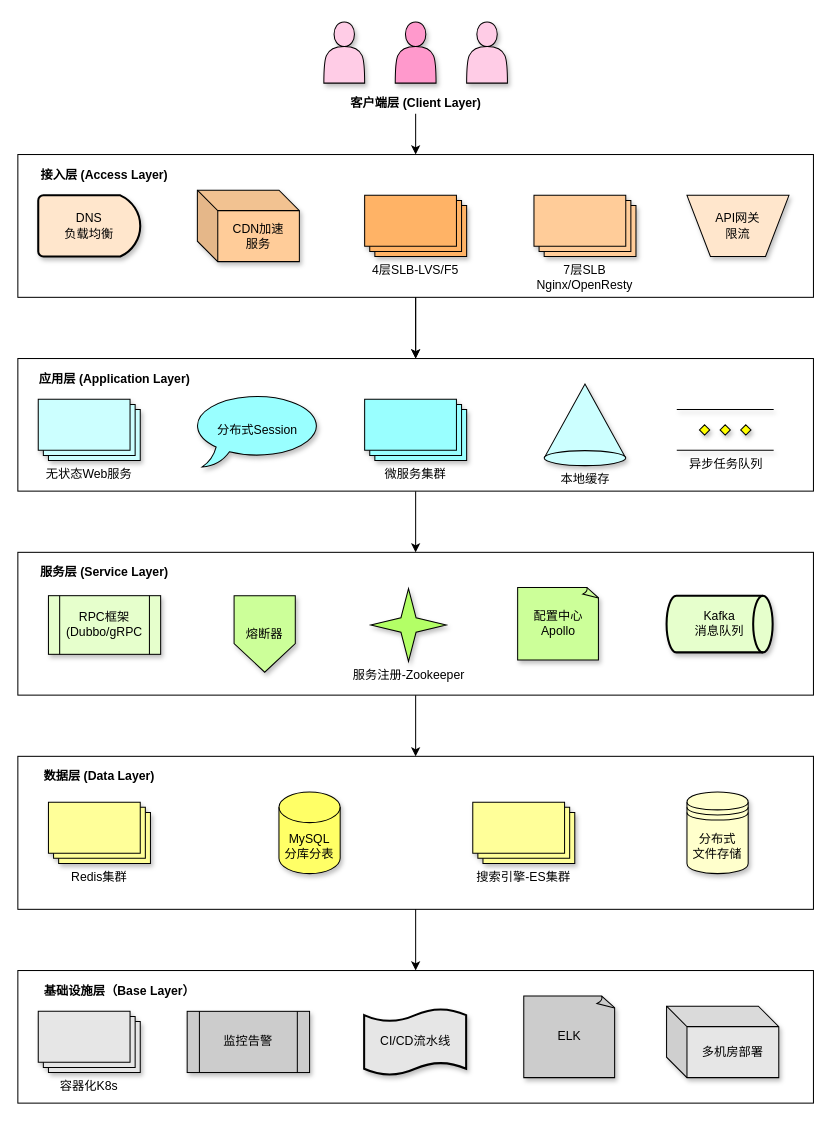
The draw.io diagram achitecture_diagram/百万QPS分布式架构分层设计.drawio in abigalexy/online_drawing, before the edit. Source tidied: cells renumbered, new cells numbered last; positions are measured from the earlier drawing's top-left corner, leaving out a move shared by most shapes. Both pictures are drawn from the tidied source at 102%, with x=0, y=0 at pixel (17, 21).
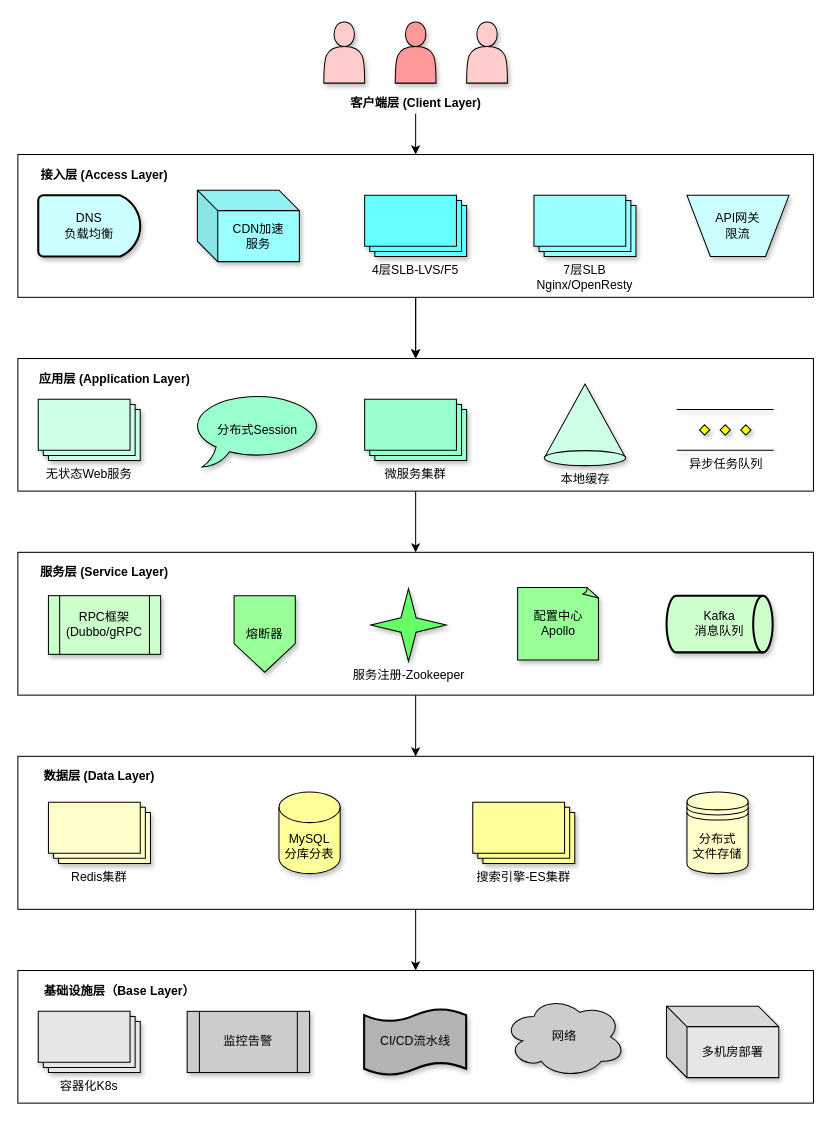
After the change.

Commit message:
更新百万QPS分布式架构分层设计.drawio

The change refers to these unchanged cells:
```xml
<mxCell id="2" style="group;" parent="1" vertex="1">
  <mxGeometry x="300" width="180" height="90" as="geometry" />
</mxCell>
<mxCell id="7" style="group;" parent="1" vertex="1">
  <mxGeometry y="520" width="780" height="140" as="geometry" />
</mxCell>
<mxCell id="15" style="group;" parent="1" vertex="1">
  <mxGeometry y="720" width="780" height="150" as="geometry" />
</mxCell>
<mxCell id="22" style="group;" parent="1" vertex="1">
  <mxGeometry y="930" width="780" height="130" as="geometry" />
</mxCell>
```

The edit, as a diff of the source:
```diff
@@
-    <mxCell id="4" style="shape=actor;whiteSpace=wrap;html=1;fillColor=#FFCCE6;shadow=1;" parent="2" vertex="1">
+    <mxCell id="4" style="shape=actor;whiteSpace=wrap;html=1;fillColor=#FFCCCC;shadow=1;" parent="2" vertex="1">
       <mxGeometry width="40" height="60" as="geometry" />
     </mxCell>
-    <mxCell id="5" style="shape=actor;whiteSpace=wrap;html=1;fillColor=#FF99CC;shadow=1;" parent="2" vertex="1">
+    <mxCell id="5" style="shape=actor;whiteSpace=wrap;html=1;fillColor=#FF9999;shadow=1;" parent="2" vertex="1">
       <mxGeometry x="70" width="40" height="60" as="geometry" />
     </mxCell>
-    <mxCell id="6" style="shape=actor;whiteSpace=wrap;html=1;fillColor=#FFCCE6;shadow=1;" parent="2" vertex="1">
+    <mxCell id="6" style="shape=actor;whiteSpace=wrap;html=1;fillColor=#FFCCCC;shadow=1;" parent="2" vertex="1">
       <mxGeometry x="140" width="40" height="60" as="geometry" />
     </mxCell>
@@
-    <mxCell id="10" value="RPC框架&lt;br&gt;(Dubbo/gRPC" style="shape=process;whiteSpace=wrap;html=1;backgroundOutline=1;fillColor=#E6FFCC;shadow=1;" parent="7" vertex="1">
+    <mxCell id="10" value="RPC框架&lt;br&gt;(Dubbo/gRPC" style="shape=process;whiteSpace=wrap;html=1;backgroundOutline=1;fillColor=#CCFFCC;shadow=1;" parent="7" vertex="1">
       <mxGeometry x="30" y="42.5" width="110" height="57.5" as="geometry" />
     </mxCell>
-    <mxCell id="11" value="熔断器" style="shape=offPageConnector;whiteSpace=wrap;html=1;fillColor=#CCFF99;shadow=1;" parent="7" vertex="1">
+    <mxCell id="11" value="熔断器" style="shape=offPageConnector;whiteSpace=wrap;html=1;fillColor=#99FF99;shadow=1;" parent="7" vertex="1">
       <mxGeometry x="212" y="42.5" width="60" height="75" as="geometry" />
     </mxCell>
-    <mxCell id="12" value="配置中心&lt;br&gt;Apollo" style="whiteSpace=wrap;html=1;shape=mxgraph.basic.document;fillColor=#CCFF99;shadow=1;" parent="7" vertex="1">
+    <mxCell id="12" value="配置中心&lt;br&gt;Apollo" style="whiteSpace=wrap;html=1;shape=mxgraph.basic.document;fillColor=#99FF99;shadow=1;" parent="7" vertex="1">
       <mxGeometry x="490" y="34.4" width="80" height="71.2" as="geometry" />
     </mxCell>
-    <mxCell id="13" value="服务注册-Zookeeper" style="verticalLabelPosition=bottom;verticalAlign=top;html=1;shape=mxgraph.basic.4_point_star_2;dx=0.8;fillColor=#B3FF66;shadow=1;" parent="7" vertex="1">
+    <mxCell id="13" value="服务注册-Zookeeper" style="verticalLabelPosition=bottom;verticalAlign=top;html=1;shape=mxgraph.basic.4_point_star_2;dx=0.8;fillColor=#66FF66;shadow=1;" parent="7" vertex="1">
       <mxGeometry x="346" y="35.6" width="74" height="71.3" as="geometry" />
     </mxCell>
-    <mxCell id="14" value="Kafka&lt;br&gt;消息队列" style="strokeWidth=2;html=1;shape=mxgraph.flowchart.direct_data;whiteSpace=wrap;fillColor=#E6FFCC;shadow=1;" parent="7" vertex="1">
+    <mxCell id="14" value="Kafka&lt;br&gt;消息队列" style="strokeWidth=2;html=1;shape=mxgraph.flowchart.direct_data;whiteSpace=wrap;fillColor=#CCFFCC;shadow=1;" parent="7" vertex="1">
       <mxGeometry x="636" y="42.5" width="104" height="55.6" as="geometry" />
     </mxCell>
@@
-    <mxCell id="18" value="Redis集群" style="verticalLabelPosition=bottom;verticalAlign=top;html=1;shape=mxgraph.basic.layered_rect;dx=10;whiteSpace=wrap;fillColor=#FFFF99;shadow=1;" parent="15" vertex="1">
+    <mxCell id="18" value="Redis集群" style="verticalLabelPosition=bottom;verticalAlign=top;html=1;shape=mxgraph.basic.layered_rect;dx=10;whiteSpace=wrap;fillColor=#FFFFCC;shadow=1;" parent="15" vertex="1">
       <mxGeometry x="30" y="45" width="100" height="60" as="geometry" />
     </mxCell>
-    <mxCell id="19" value="MySQL&lt;br&gt;分库分表" style="shape=cylinder3;whiteSpace=wrap;html=1;boundedLbl=1;backgroundOutline=1;size=15;fillColor=#FFFF66;shadow=1;" parent="15" vertex="1">
+    <mxCell id="19" value="MySQL&lt;br&gt;分库分表" style="shape=cylinder3;whiteSpace=wrap;html=1;boundedLbl=1;backgroundOutline=1;size=15;fillColor=#FFFF99;shadow=1;" parent="15" vertex="1">
       <mxGeometry x="256" y="35" width="60" height="80" as="geometry" />
     </mxCell>
@@
-    <mxCell id="27" value="ELK" style="whiteSpace=wrap;html=1;shape=mxgraph.basic.document;fillColor=#CCCCCC;shadow=1;" parent="22" vertex="1">
-      <mxGeometry x="496" y="25" width="90" height="80" as="geometry" />
-    </mxCell>
@@
-    <mxCell id="29" value="CI/CD流水线" style="shape=tape;whiteSpace=wrap;html=1;strokeWidth=2;size=0.19;fillColor=#E6E6E6;shadow=1;" parent="22" vertex="1">
+    <mxCell id="29" value="CI/CD流水线" style="shape=tape;whiteSpace=wrap;html=1;strokeWidth=2;size=0.19;fillColor=#B3B3B3;shadow=1;" parent="22" vertex="1">
       <mxGeometry x="339.5" y="37.5" width="100" height="65" as="geometry" />
     </mxCell>
+    <mxCell id="50" value="网络" style="ellipse;shape=cloud;whiteSpace=wrap;html=1;fillColor=#CCCCCC;shadow=1;" parent="22" vertex="1">
+      <mxGeometry x="476" y="25" width="120" height="80" as="geometry" />
+    </mxCell>
@@
-    <mxCell id="37" value="DNS&lt;br&gt;负载均衡" style="strokeWidth=2;html=1;shape=mxgraph.flowchart.delay;whiteSpace=wrap;fillColor=#FFE6CC;shadow=1;" parent="1" vertex="1">
+    <mxCell id="37" value="DNS&lt;br&gt;负载均衡" style="strokeWidth=2;html=1;shape=mxgraph.flowchart.delay;whiteSpace=wrap;fillColor=#CCFFFF;shadow=1;" parent="1" vertex="1">
       <mxGeometry x="20" y="170" width="100" height="60" as="geometry" />
     </mxCell>
-    <mxCell id="38" value="CDN加速&lt;br&gt;服务" style="shape=cube;whiteSpace=wrap;html=1;boundedLbl=1;backgroundOutline=1;darkOpacity=0.05;darkOpacity2=0.1;fillColor=#FFCC99;shadow=1;" parent="1" vertex="1">
+    <mxCell id="38" value="CDN加速&lt;br&gt;服务" style="shape=cube;whiteSpace=wrap;html=1;boundedLbl=1;backgroundOutline=1;darkOpacity=0.05;darkOpacity2=0.1;fillColor=#99FFFF;shadow=1;" parent="1" vertex="1">
       <mxGeometry x="176" y="165" width="100" height="70" as="geometry" />
     </mxCell>
@@
-    <mxCell id="40" value="4层SLB-LVS/F5" style="verticalLabelPosition=bottom;verticalAlign=top;html=1;shape=mxgraph.basic.layered_rect;dx=10;whiteSpace=wrap;fillColor=#FFB366;shadow=1;" parent="1" vertex="1">
+    <mxCell id="40" value="4层SLB-LVS/F5" style="verticalLabelPosition=bottom;verticalAlign=top;html=1;shape=mxgraph.basic.layered_rect;dx=10;whiteSpace=wrap;fillColor=#66FFFF;shadow=1;" parent="1" vertex="1">
       <mxGeometry x="340" y="170" width="100" height="60" as="geometry" />
     </mxCell>
-    <mxCell id="41" value="7层SLB Nginx/OpenResty" style="verticalLabelPosition=bottom;verticalAlign=top;html=1;shape=mxgraph.basic.layered_rect;dx=10;whiteSpace=wrap;shadow=1;fillColor=#FFCC99;" parent="1" vertex="1">
+    <mxCell id="41" value="7层SLB Nginx/OpenResty" style="verticalLabelPosition=bottom;verticalAlign=top;html=1;shape=mxgraph.basic.layered_rect;dx=10;whiteSpace=wrap;shadow=1;fillColor=#99FFFF;" parent="1" vertex="1">
       <mxGeometry x="506" y="170" width="100" height="60" as="geometry" />
     </mxCell>
@@
-    <mxCell id="44" value="无状态Web服务" style="verticalLabelPosition=bottom;verticalAlign=top;html=1;shape=mxgraph.basic.layered_rect;dx=10;whiteSpace=wrap;fillColor=#CCFFFF;shadow=1;" parent="1" vertex="1">
+    <mxCell id="44" value="无状态Web服务" style="verticalLabelPosition=bottom;verticalAlign=top;html=1;shape=mxgraph.basic.layered_rect;dx=10;whiteSpace=wrap;fillColor=#CCFFE6;shadow=1;" parent="1" vertex="1">
       <mxGeometry x="20" y="370" width="100" height="60" as="geometry" />
     </mxCell>
-    <mxCell id="45" value="微服务集群" style="verticalLabelPosition=bottom;verticalAlign=top;html=1;shape=mxgraph.basic.layered_rect;dx=10;whiteSpace=wrap;fillColor=#99FFFF;shadow=1;" parent="1" vertex="1">
+    <mxCell id="45" value="微服务集群" style="verticalLabelPosition=bottom;verticalAlign=top;html=1;shape=mxgraph.basic.layered_rect;dx=10;whiteSpace=wrap;fillColor=#99FFCC;shadow=1;" parent="1" vertex="1">
       <mxGeometry x="340" y="370" width="100" height="60" as="geometry" />
     </mxCell>
-    <mxCell id="46" value="异步任务队列" style="verticalLabelPosition=bottom;verticalAlign=top;html=1;shape=mxgraph.flowchart.parallel_mode;fillColor=#66FFFF;shadow=1;" parent="1" vertex="1">
+    <mxCell id="46" value="异步任务队列" style="verticalLabelPosition=bottom;verticalAlign=top;html=1;shape=mxgraph.flowchart.parallel_mode;fillColor=#CCFFE6;shadow=1;" parent="1" vertex="1">
       <mxGeometry x="646" y="380" width="95" height="40" as="geometry" />
     </mxCell>
-    <mxCell id="47" value="分布式Session" style="whiteSpace=wrap;html=1;shape=mxgraph.basic.oval_callout;fillColor=#99FFFF;shadow=1;" parent="1" vertex="1">
+    <mxCell id="47" value="分布式Session" style="whiteSpace=wrap;html=1;shape=mxgraph.basic.oval_callout;fillColor=#99FFCC;shadow=1;" parent="1" vertex="1">
       <mxGeometry x="170" y="363.8" width="130" height="72.5" as="geometry" />
     </mxCell>
-    <mxCell id="48" value="本地缓存" style="verticalLabelPosition=bottom;verticalAlign=top;html=1;shape=mxgraph.basic.cone;fillColor=#CCFFFF;shadow=1;" parent="1" vertex="1">
+    <mxCell id="48" value="本地缓存" style="verticalLabelPosition=bottom;verticalAlign=top;html=1;shape=mxgraph.basic.cone;fillColor=#CCFFE6;shadow=1;" parent="1" vertex="1">
       <mxGeometry x="516" y="355" width="80" height="80" as="geometry" />
     </mxCell>
-    <mxCell id="49" value="API网关&lt;br&gt;限流" style="verticalLabelPosition=middle;verticalAlign=middle;html=1;shape=trapezoid;perimeter=trapezoidPerimeter;whiteSpace=wrap;size=0.23;arcSize=10;flipV=1;labelPosition=center;align=center;fillColor=#FFE6CC;shadow=1;" parent="1" vertex="1">
+    <mxCell id="49" value="API网关&lt;br&gt;限流" style="verticalLabelPosition=middle;verticalAlign=middle;html=1;shape=trapezoid;perimeter=trapezoidPerimeter;whiteSpace=wrap;size=0.23;arcSize=10;flipV=1;labelPosition=center;align=center;fillColor=#CCFFFF;shadow=1;" parent="1" vertex="1">
       <mxGeometry x="656" y="170" width="100" height="60" as="geometry" />
     </mxCell>
```
